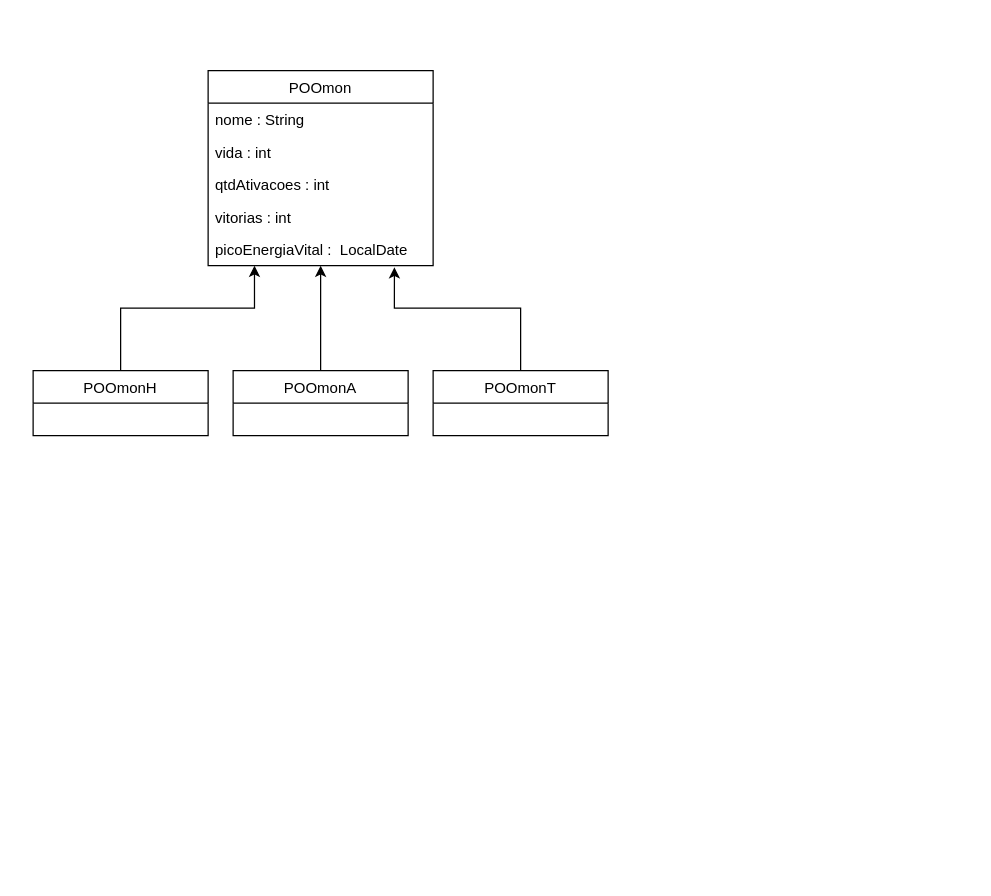
This is Untitled Diagram.drawio from rbkretzer/POO212-A-F, a draw.io file, before an edit. Source tidied: cells renumbered, new cells numbered last; positions are measured from the earlier drawing's top-left corner, leaving out a move shared by most shapes. Both pictures are drawn from the tidied source at 125%, with x=0, y=0 at pixel (32, 70).
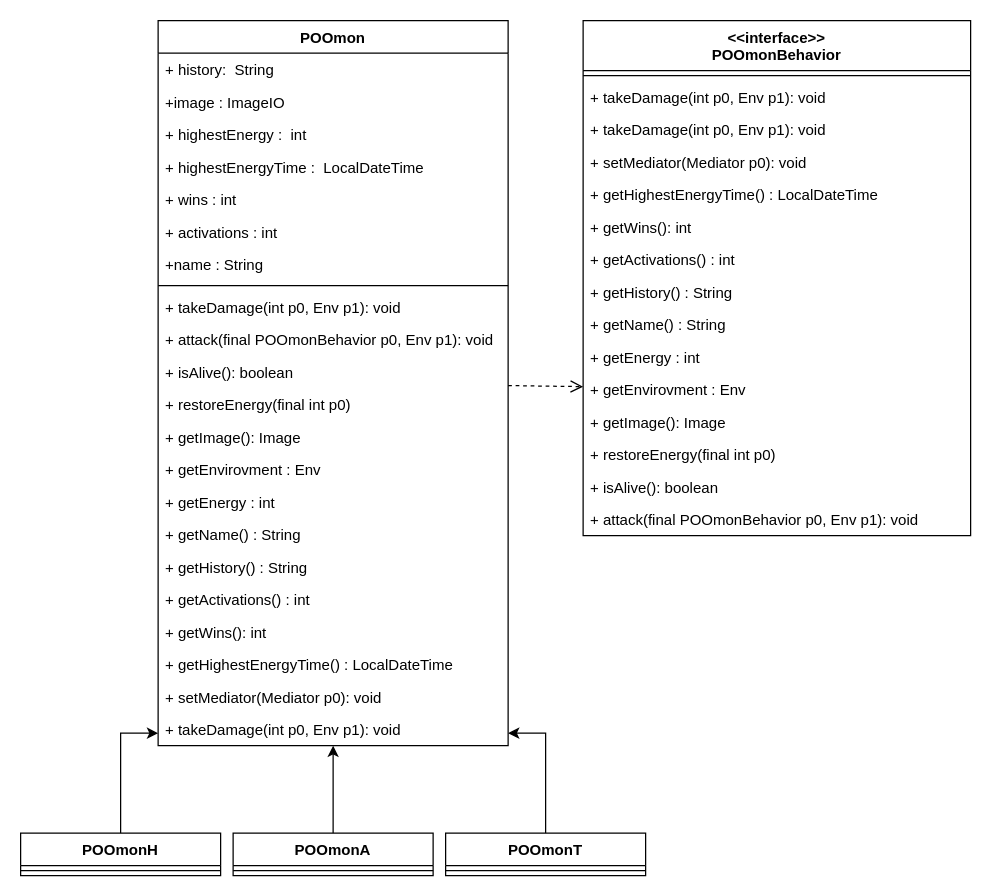
The same diagram, later.

What changed in the source:
```diff
@@
+    <mxCell id="8" style="edgeStyle=orthogonalEdgeStyle;rounded=0;jettySize=auto;html=1;exitX=0.5;exitY=0;exitDx=0;exitDy=0;exitPerimeter=0;" parent="1" edge="1" source="9" target="2">
+      <mxGeometry relative="1" as="geometry">
+        <Array as="points">
+          <mxPoint x="70" y="530" />
+        </Array>
+      </mxGeometry>
+    </mxCell>
+    <mxCell id="10" style="edgeStyle=orthogonalEdgeStyle;rounded=0;jettySize=auto;html=1;exitX=0.5;exitY=0;exitDx=0;exitDy=0;" parent="1" edge="1" source="11" target="2">
+      <mxGeometry relative="1" as="geometry">
+        <Array as="points">
+          <mxPoint x="230" y="290" />
+        </Array>
+      </mxGeometry>
+    </mxCell>
+    <mxCell id="12" style="edgeStyle=orthogonalEdgeStyle;rounded=0;jettySize=auto;html=1;exitX=0.5;exitY=0;exitDx=0;exitDy=0;" parent="1" edge="1" source="13" target="2">
+      <mxGeometry relative="1" as="geometry">
+        <Array as="points">
+          <mxPoint x="410" y="530" />
+        </Array>
+      </mxGeometry>
+    </mxCell>
-    <mxCell id="2" value="POOmon" style="swimlane;fontStyle=0;horizontal=1;startSize=26;fillColor=none;" parent="1" vertex="1">
-      <mxGeometry x="140" width="180" height="156" as="geometry" />
+    <mxCell id="2" value="POOmon" style="swimlane;fontStyle=1;align=center;verticalAlign=top;horizontal=1;startSize=26;fillColor=default;gradientColor=none;" parent="1" vertex="1">
+      <mxGeometry x="100" y="-40" width="280" height="580" as="geometry" />
     </mxCell>
-    <mxCell id="3" value="nome : String" style="text;strokeColor=none;fillColor=none;align=left;verticalAlign=top;spacingLeft=4;spacingRight=4;overflow=hidden;" parent="2" vertex="1">
-      <mxGeometry y="26" width="180" height="26" as="geometry" />
-    </mxCell>
-    <mxCell id="4" value="vida : int   " style="text;strokeColor=none;fillColor=none;align=left;verticalAlign=top;spacingLeft=4;spacingRight=4;overflow=hidden;" parent="2" vertex="1">
-      <mxGeometry y="52" width="180" height="26" as="geometry" />
-    </mxCell>
-    <mxCell id="5" value="qtdAtivacoes : int&#10;" style="text;strokeColor=none;fillColor=none;align=left;verticalAlign=top;spacingLeft=4;spacingRight=4;overflow=hidden;" parent="2" vertex="1">
-      <mxGeometry y="78" width="180" height="26" as="geometry" />
-    </mxCell>
-    <mxCell id="6" value="vitorias : int" style="text;strokeColor=none;fillColor=none;align=left;verticalAlign=top;spacingLeft=4;spacingRight=4;overflow=hidden;" parent="2" vertex="1">
-      <mxGeometry y="104" width="180" height="26" as="geometry" />
-    </mxCell>
-    <mxCell id="7" value="picoEnergiaVital :  LocalDate" style="text;strokeColor=none;fillColor=none;align=left;verticalAlign=top;spacingLeft=4;spacingRight=4;overflow=hidden;points=[[0,0.5],[1,0.5]];portConstraint=eastwest;" parent="2" vertex="1">
-      <mxGeometry y="130" width="180" height="26" as="geometry" />
-    </mxCell>
-    <mxCell id="8" style="edgeStyle=orthogonalEdgeStyle;rounded=0;jettySize=auto;html=1;entryX=0.206;entryY=1;entryDx=0;entryDy=0;entryPerimeter=0;" parent="1" edge="1" source="9" target="7">
-      <mxGeometry relative="1" as="geometry">
-        <Array as="points">
-          <mxPoint x="70" y="190" />
-          <mxPoint x="177" y="190" />
-        </Array>
-      </mxGeometry>
-    </mxCell>
+    <mxCell id="14" value="+ history:  String " style="text;strokeColor=none;fillColor=none;align=left;verticalAlign=top;spacingLeft=4;spacingRight=4;overflow=hidden;" parent="2" vertex="1">
+      <mxGeometry y="26" width="280" height="26" as="geometry" />
+    </mxCell>
+    <mxCell id="15" value="+image : ImageIO" style="text;strokeColor=none;fillColor=none;align=left;verticalAlign=top;spacingLeft=4;spacingRight=4;overflow=hidden;" parent="2" vertex="1">
+      <mxGeometry y="52" width="280" height="26" as="geometry" />
+    </mxCell>
+    <mxCell id="16" value="+ highestEnergy :  int" style="text;strokeColor=none;fillColor=none;align=left;verticalAlign=top;spacingLeft=4;spacingRight=4;overflow=hidden;" parent="2" vertex="1">
+      <mxGeometry y="78" width="280" height="26" as="geometry" />
+    </mxCell>
+    <mxCell id="17" value="+ highestEnergyTime :  LocalDateTime" style="text;strokeColor=none;fillColor=none;align=left;verticalAlign=top;spacingLeft=4;spacingRight=4;overflow=hidden;" parent="2" vertex="1">
+      <mxGeometry y="104" width="280" height="26" as="geometry" />
+    </mxCell>
+    <mxCell id="18" value="+ wins : int" style="text;strokeColor=none;fillColor=none;align=left;verticalAlign=top;spacingLeft=4;spacingRight=4;overflow=hidden;" parent="2" vertex="1">
+      <mxGeometry y="130" width="280" height="26" as="geometry" />
+    </mxCell>
+    <mxCell id="19" value="+ activations : int&#10;" style="text;strokeColor=none;fillColor=none;align=left;verticalAlign=top;spacingLeft=4;spacingRight=4;overflow=hidden;" parent="2" vertex="1">
+      <mxGeometry y="156" width="280" height="26" as="geometry" />
+    </mxCell>
+    <mxCell id="20" value="+name : String " style="text;strokeColor=none;fillColor=none;align=left;verticalAlign=top;spacingLeft=4;spacingRight=4;overflow=hidden;" parent="2" vertex="1">
+      <mxGeometry y="182" width="280" height="26" as="geometry" />
+    </mxCell>
+    <mxCell id="21" style="line;strokeWidth=1;fillColor=none;align=left;verticalAlign=middle;spacingTop=-1;spacingLeft=3;spacingRight=3;labelPosition=right;" parent="2" vertex="1">
+      <mxGeometry y="208" width="280" height="8" as="geometry" />
+    </mxCell>
+    <mxCell id="22" value="+ takeDamage(int p0, Env p1): void" style="text;strokeColor=none;fillColor=none;align=left;verticalAlign=top;spacingLeft=4;spacingRight=4;overflow=hidden;" parent="2" vertex="1">
+      <mxGeometry y="216" width="280" height="26" as="geometry" />
+    </mxCell>
+    <mxCell id="23" value="+ attack(final POOmonBehavior p0, Env p1): void" style="text;strokeColor=none;fillColor=none;align=left;verticalAlign=top;spacingLeft=4;spacingRight=4;overflow=hidden;" parent="2" vertex="1">
+      <mxGeometry y="242" width="280" height="26" as="geometry" />
+    </mxCell>
+    <mxCell id="24" value="+ isAlive(): boolean" style="text;strokeColor=none;fillColor=none;align=left;verticalAlign=top;spacingLeft=4;spacingRight=4;overflow=hidden;" parent="2" vertex="1">
+      <mxGeometry y="268" width="280" height="26" as="geometry" />
+    </mxCell>
+    <mxCell id="25" value="+ restoreEnergy(final int p0)" style="text;strokeColor=none;fillColor=none;align=left;verticalAlign=top;spacingLeft=4;spacingRight=4;overflow=hidden;" parent="2" vertex="1">
+      <mxGeometry y="294" width="280" height="26" as="geometry" />
+    </mxCell>
+    <mxCell id="26" value="+ getImage(): Image" style="text;strokeColor=none;fillColor=none;align=left;verticalAlign=top;spacingLeft=4;spacingRight=4;overflow=hidden;" parent="2" vertex="1">
+      <mxGeometry y="320" width="280" height="26" as="geometry" />
+    </mxCell>
+    <mxCell id="27" value="+ getEnvirovment : Env" style="text;strokeColor=none;fillColor=none;align=left;verticalAlign=top;spacingLeft=4;spacingRight=4;overflow=hidden;" parent="2" vertex="1">
+      <mxGeometry y="346" width="280" height="26" as="geometry" />
+    </mxCell>
+    <mxCell id="28" value="+ getEnergy : int" style="text;strokeColor=none;fillColor=none;align=left;verticalAlign=top;spacingLeft=4;spacingRight=4;overflow=hidden;" parent="2" vertex="1">
+      <mxGeometry y="372" width="280" height="26" as="geometry" />
+    </mxCell>
+    <mxCell id="29" value="+ getName() : String" style="text;strokeColor=none;fillColor=none;align=left;verticalAlign=top;spacingLeft=4;spacingRight=4;overflow=hidden;" parent="2" vertex="1">
+      <mxGeometry y="398" width="280" height="26" as="geometry" />
+    </mxCell>
+    <mxCell id="30" value="+ getHistory() : String&#10;" style="text;strokeColor=none;fillColor=none;align=left;verticalAlign=top;spacingLeft=4;spacingRight=4;overflow=hidden;" parent="2" vertex="1">
+      <mxGeometry y="424" width="280" height="26" as="geometry" />
+    </mxCell>
+    <mxCell id="31" value="+ getActivations() : int" style="text;strokeColor=none;fillColor=none;align=left;verticalAlign=top;spacingLeft=4;spacingRight=4;overflow=hidden;" parent="2" vertex="1">
+      <mxGeometry y="450" width="280" height="26" as="geometry" />
+    </mxCell>
+    <mxCell id="32" value="+ getWins(): int" style="text;strokeColor=none;fillColor=none;align=left;verticalAlign=top;spacingLeft=4;spacingRight=4;overflow=hidden;" parent="2" vertex="1">
+      <mxGeometry y="476" width="280" height="26" as="geometry" />
+    </mxCell>
+    <mxCell id="33" value="+ getHighestEnergyTime() : LocalDateTime" style="text;strokeColor=none;fillColor=none;align=left;verticalAlign=top;spacingLeft=4;spacingRight=4;overflow=hidden;" parent="2" vertex="1">
+      <mxGeometry y="502" width="280" height="26" as="geometry" />
+    </mxCell>
+    <mxCell id="34" value="+ setMediator(Mediator p0): void" style="text;strokeColor=none;fillColor=none;align=left;verticalAlign=top;spacingLeft=4;spacingRight=4;overflow=hidden;" parent="2" vertex="1">
+      <mxGeometry y="528" width="280" height="26" as="geometry" />
+    </mxCell>
+    <mxCell id="35" value="+ takeDamage(int p0, Env p1): void" style="text;strokeColor=none;fillColor=none;align=left;verticalAlign=top;spacingLeft=4;spacingRight=4;overflow=hidden;" parent="2" vertex="1">
+      <mxGeometry y="554" width="280" height="26" as="geometry" />
+    </mxCell>
-    <mxCell id="9" value="POOmonH" style="swimlane;fontStyle=0;horizontal=1;startSize=26;fillColor=none;" parent="1" vertex="1">
-      <mxGeometry y="240" width="140" height="52" as="geometry" />
+    <mxCell id="9" value="POOmonH" style="swimlane;fontStyle=1;align=center;verticalAlign=top;horizontal=1;startSize=26;fillColor=default;gradientColor=none;" parent="1" vertex="1">
+      <mxGeometry x="-10" y="610" width="160" height="34" as="geometry" />
     </mxCell>
-    <mxCell id="10" style="edgeStyle=orthogonalEdgeStyle;rounded=0;jettySize=auto;html=1;" parent="1" edge="1" source="11" target="7">
-      <mxGeometry relative="1" as="geometry">
-        <Array as="points">
-          <mxPoint x="230" y="200" />
-          <mxPoint x="230" y="200" />
-        </Array>
-      </mxGeometry>
-    </mxCell>
+    <mxCell id="36" style="line;strokeWidth=1;fillColor=none;align=left;verticalAlign=middle;spacingTop=-1;spacingLeft=3;spacingRight=3;labelPosition=right;" parent="9" vertex="1">
+      <mxGeometry y="26" width="160" height="8" as="geometry" />
+    </mxCell>
-    <mxCell id="11" value="POOmonA" style="swimlane;fontStyle=0;horizontal=1;startSize=26;fillColor=none;" parent="1" vertex="1">
-      <mxGeometry x="160" y="240" width="140" height="52" as="geometry" />
+    <mxCell id="11" value="POOmonA" style="swimlane;fontStyle=1;align=center;verticalAlign=top;horizontal=1;startSize=26;fillColor=default;gradientColor=none;" parent="1" vertex="1">
+      <mxGeometry x="160" y="610" width="160" height="34" as="geometry" />
     </mxCell>
-    <mxCell id="12" style="edgeStyle=orthogonalEdgeStyle;rounded=0;jettySize=auto;html=1;entryX=0.828;entryY=1.051;entryDx=0;entryDy=0;entryPerimeter=0;" parent="1" edge="1" source="13" target="7">
-      <mxGeometry relative="1" as="geometry">
-        <Array as="points">
-          <mxPoint x="390" y="190" />
-          <mxPoint x="289" y="190" />
-        </Array>
-      </mxGeometry>
-    </mxCell>
+    <mxCell id="37" style="line;strokeWidth=1;fillColor=none;align=left;verticalAlign=middle;spacingTop=-1;spacingLeft=3;spacingRight=3;labelPosition=right;" parent="11" vertex="1">
+      <mxGeometry y="26" width="160" height="8" as="geometry" />
+    </mxCell>
-    <mxCell id="13" value="POOmonT" style="swimlane;fontStyle=0;horizontal=1;startSize=26;fillColor=none;" parent="1" vertex="1">
-      <mxGeometry x="320" y="240" width="140" height="52" as="geometry" />
+    <mxCell id="13" value="POOmonT" style="swimlane;fontStyle=1;align=center;verticalAlign=top;horizontal=1;startSize=26;fillColor=default;gradientColor=none;" parent="1" vertex="1">
+      <mxGeometry x="330" y="610" width="160" height="34" as="geometry" />
     </mxCell>
+    <mxCell id="38" style="line;strokeWidth=1;fillColor=none;align=left;verticalAlign=middle;spacingTop=-1;spacingLeft=3;spacingRight=3;labelPosition=right;" parent="13" vertex="1">
+      <mxGeometry y="26" width="160" height="8" as="geometry" />
+    </mxCell>
+    <mxCell id="39" value="&lt;&lt;interface&gt;&gt;&#10;POOmonBehavior" style="swimlane;fontStyle=1;align=center;verticalAlign=top;horizontal=1;startSize=40;fillColor=default;gradientColor=none;" parent="1" vertex="1">
+      <mxGeometry x="440" y="-40" width="310" height="412" as="geometry" />
+    </mxCell>
+    <mxCell id="40" style="line;strokeWidth=1;fillColor=none;align=left;verticalAlign=middle;spacingTop=-1;spacingLeft=3;spacingRight=3;labelPosition=right;" parent="39" vertex="1">
+      <mxGeometry y="40" width="310" height="8" as="geometry" />
+    </mxCell>
+    <mxCell id="41" value="+ takeDamage(int p0, Env p1): void" style="text;strokeColor=none;fillColor=none;align=left;verticalAlign=top;spacingLeft=4;spacingRight=4;overflow=hidden;" parent="39" vertex="1">
+      <mxGeometry y="48" width="310" height="26" as="geometry" />
+    </mxCell>
+    <mxCell id="42" value="+ takeDamage(int p0, Env p1): void" style="text;strokeColor=none;fillColor=none;align=left;verticalAlign=top;spacingLeft=4;spacingRight=4;overflow=hidden;" parent="39" vertex="1">
+      <mxGeometry y="74" width="310" height="26" as="geometry" />
+    </mxCell>
+    <mxCell id="43" value="+ setMediator(Mediator p0): void" style="text;strokeColor=none;fillColor=none;align=left;verticalAlign=top;spacingLeft=4;spacingRight=4;overflow=hidden;" parent="39" vertex="1">
+      <mxGeometry y="100" width="310" height="26" as="geometry" />
+    </mxCell>
+    <mxCell id="44" value="+ getHighestEnergyTime() : LocalDateTime" style="text;strokeColor=none;fillColor=none;align=left;verticalAlign=top;spacingLeft=4;spacingRight=4;overflow=hidden;" parent="39" vertex="1">
+      <mxGeometry y="126" width="310" height="26" as="geometry" />
+    </mxCell>
+    <mxCell id="45" value="+ getWins(): int" style="text;strokeColor=none;fillColor=none;align=left;verticalAlign=top;spacingLeft=4;spacingRight=4;overflow=hidden;" parent="39" vertex="1">
+      <mxGeometry y="152" width="310" height="26" as="geometry" />
+    </mxCell>
+    <mxCell id="46" value="+ getActivations() : int" style="text;strokeColor=none;fillColor=none;align=left;verticalAlign=top;spacingLeft=4;spacingRight=4;overflow=hidden;" parent="39" vertex="1">
+      <mxGeometry y="178" width="310" height="26" as="geometry" />
+    </mxCell>
+    <mxCell id="47" value="+ getHistory() : String&#10;" style="text;strokeColor=none;fillColor=none;align=left;verticalAlign=top;spacingLeft=4;spacingRight=4;overflow=hidden;" parent="39" vertex="1">
+      <mxGeometry y="204" width="310" height="26" as="geometry" />
+    </mxCell>
+    <mxCell id="48" value="+ getName() : String" style="text;strokeColor=none;fillColor=none;align=left;verticalAlign=top;spacingLeft=4;spacingRight=4;overflow=hidden;" parent="39" vertex="1">
+      <mxGeometry y="230" width="310" height="26" as="geometry" />
+    </mxCell>
+    <mxCell id="49" value="+ getEnergy : int" style="text;strokeColor=none;fillColor=none;align=left;verticalAlign=top;spacingLeft=4;spacingRight=4;overflow=hidden;" parent="39" vertex="1">
+      <mxGeometry y="256" width="310" height="26" as="geometry" />
+    </mxCell>
+    <mxCell id="50" value="+ getEnvirovment : Env" style="text;strokeColor=none;fillColor=none;align=left;verticalAlign=top;spacingLeft=4;spacingRight=4;overflow=hidden;points=[[0,0.5],[1,0.5]];portConstraint=eastwest;" parent="39" vertex="1">
+      <mxGeometry y="282" width="310" height="26" as="geometry" />
+    </mxCell>
+    <mxCell id="51" value="+ getImage(): Image" style="text;strokeColor=none;fillColor=none;align=left;verticalAlign=top;spacingLeft=4;spacingRight=4;overflow=hidden;" parent="39" vertex="1">
+      <mxGeometry y="308" width="310" height="26" as="geometry" />
+    </mxCell>
+    <mxCell id="52" value="+ restoreEnergy(final int p0)" style="text;strokeColor=none;fillColor=none;align=left;verticalAlign=top;spacingLeft=4;spacingRight=4;overflow=hidden;" parent="39" vertex="1">
+      <mxGeometry y="334" width="310" height="26" as="geometry" />
+    </mxCell>
+    <mxCell id="53" value="+ isAlive(): boolean" style="text;strokeColor=none;fillColor=none;align=left;verticalAlign=top;spacingLeft=4;spacingRight=4;overflow=hidden;" parent="39" vertex="1">
+      <mxGeometry y="360" width="310" height="26" as="geometry" />
+    </mxCell>
+    <mxCell id="54" value="+ attack(final POOmonBehavior p0, Env p1): void" style="text;strokeColor=none;fillColor=none;align=left;verticalAlign=top;spacingLeft=4;spacingRight=4;overflow=hidden;" parent="39" vertex="1">
+      <mxGeometry y="386" width="310" height="26" as="geometry" />
+    </mxCell>
+    <mxCell id="55" style="html=1;verticalAlign=bottom;endArrow=open;dashed=1;endSize=8;rounded=0;" parent="1" edge="1" source="2" target="50">
+      <mxGeometry relative="1" as="geometry" />
+    </mxCell>
```
